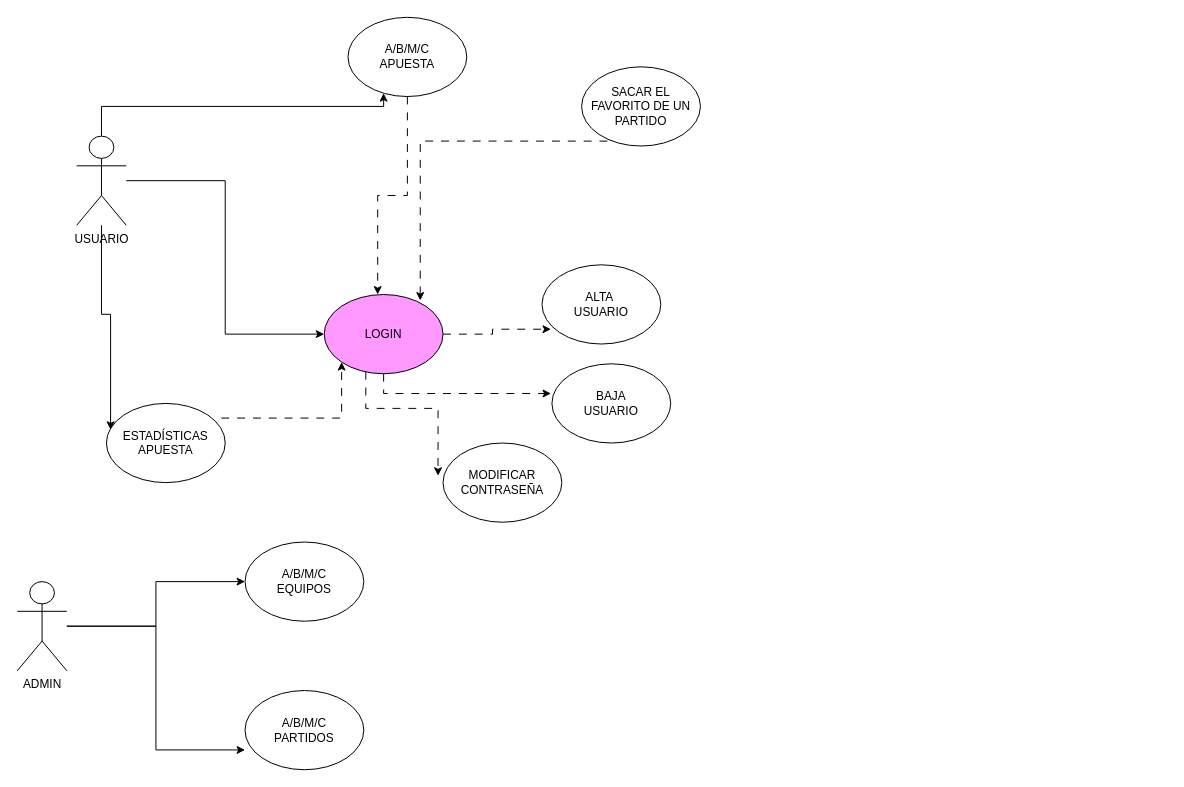
This is appapuestas/Casos de USO Apuestas.drawio from Valexx55/sanblasjava, a draw.io file, before an edit. Source tidied: cells renumbered, new cells numbered last; positions are measured from the earlier drawing's top-left corner, leaving out a move shared by most shapes. Both pictures are drawn from the tidied source at 99%, with x=0, y=0 at pixel (17, 17).
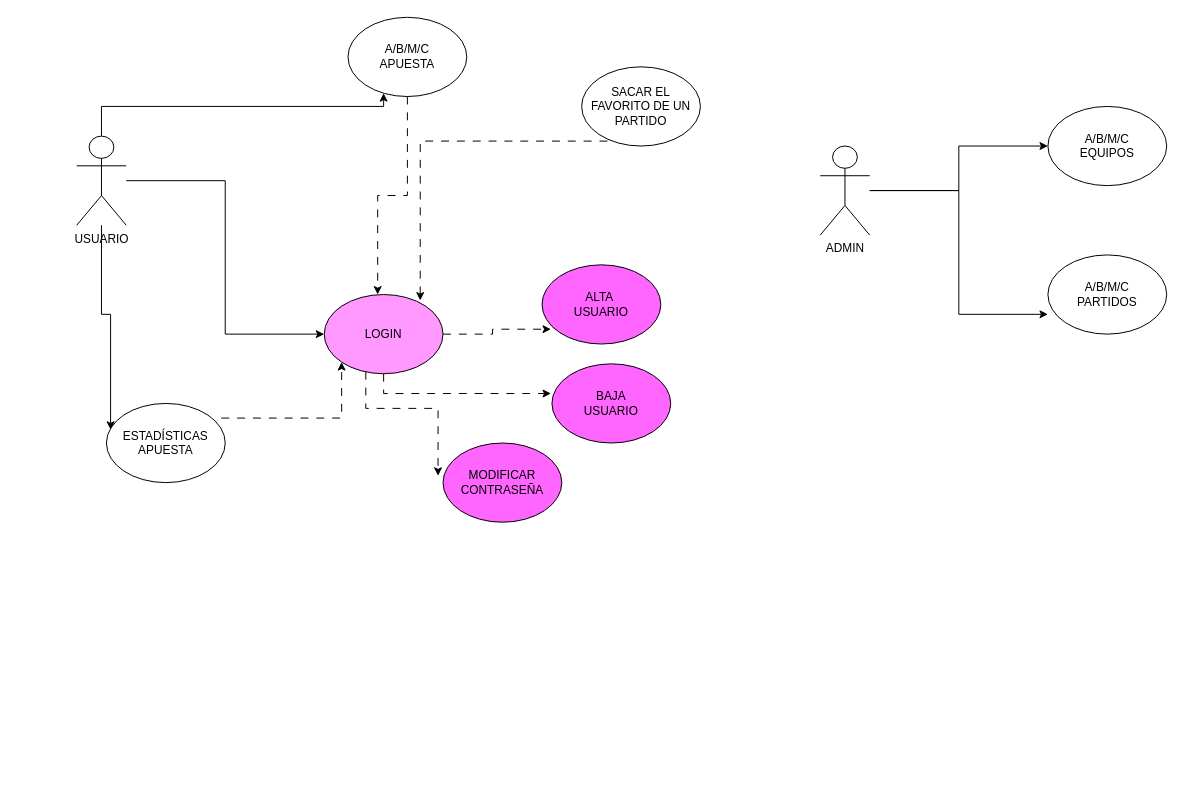
The same diagram, later.

Commit message (it also covers changes not shown here):
registro usuario

Change to the diagram source:
```diff
@@
-    <mxCell id="7" value="ALTA&amp;nbsp;&lt;br&gt;USUARIO" style="ellipse;whiteSpace=wrap;html=1;" parent="1" vertex="1">
+    <mxCell id="7" value="ALTA&amp;nbsp;&lt;br&gt;USUARIO" style="ellipse;whiteSpace=wrap;html=1;fillColor=#FF66FF;" parent="1" vertex="1">
       <mxGeometry x="530" y="250" width="120" height="80" as="geometry" />
     </mxCell>
@@
-    <mxCell id="12" value="BAJA&lt;br&gt;USUARIO" style="ellipse;whiteSpace=wrap;html=1;" parent="1" vertex="1">
+    <mxCell id="12" value="BAJA&lt;br&gt;USUARIO" style="ellipse;whiteSpace=wrap;html=1;fillColor=#FF66FF;" parent="1" vertex="1">
       <mxGeometry x="540" y="350" width="120" height="80" as="geometry" />
     </mxCell>
@@
-    <mxCell id="14" value="MODIFICAR&lt;br&gt;CONTRASEÑA" style="ellipse;whiteSpace=wrap;html=1;" parent="1" vertex="1">
+    <mxCell id="14" value="MODIFICAR&lt;br&gt;CONTRASEÑA" style="ellipse;whiteSpace=wrap;html=1;fillColor=#FF66FF;" parent="1" vertex="1">
       <mxGeometry x="430" y="430" width="120" height="80" as="geometry" />
     </mxCell>
@@
     <mxCell id="19" value="A/B/M/C&lt;br&gt;EQUIPOS" style="ellipse;whiteSpace=wrap;html=1;" parent="1" vertex="1">
-      <mxGeometry x="230" y="530" width="120" height="80" as="geometry" />
+      <mxGeometry x="1041" y="90" width="120" height="80" as="geometry" />
     </mxCell>
     <mxCell id="20" value="A/B/M/C&lt;br&gt;PARTIDOS" style="ellipse;whiteSpace=wrap;html=1;" parent="1" vertex="1">
-      <mxGeometry x="230" y="680" width="120" height="80" as="geometry" />
+      <mxGeometry x="1041" y="240" width="120" height="80" as="geometry" />
     </mxCell>
@@
     <mxCell id="22" value="ADMIN" style="shape=umlActor;verticalLabelPosition=bottom;verticalAlign=top;html=1;outlineConnect=0;" parent="1" vertex="1">
-      <mxGeometry y="570" width="50" height="90" as="geometry" />
+      <mxGeometry x="811" y="130" width="50" height="90" as="geometry" />
     </mxCell>
```
